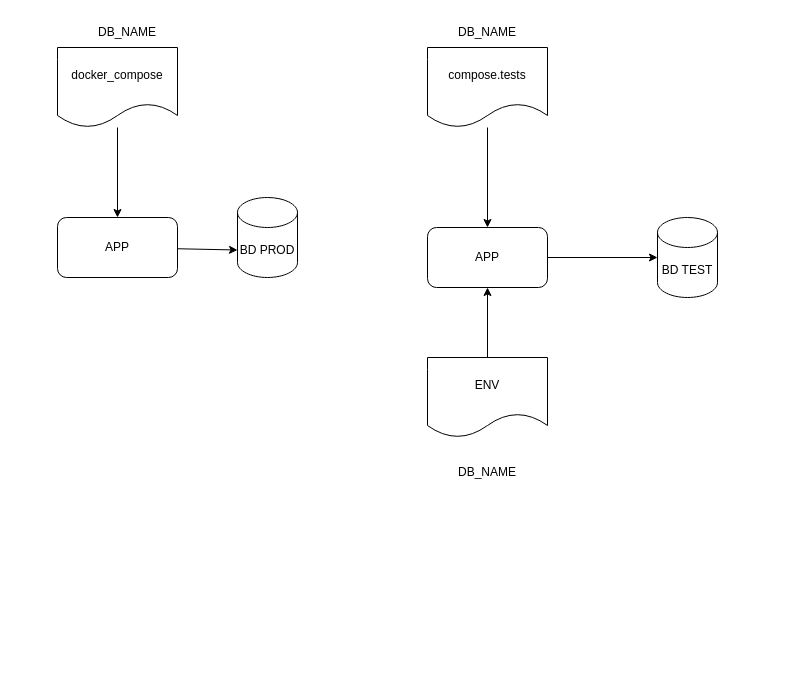
Before: page "Development strategy" (3 of 6) of diagrams.dio in cperezh/DataEng_Patterns, a draw.io diagram. Source tidied: cells renumbered, new cells numbered last; positions are measured from the earlier drawing's top-left corner, leaving out a move shared by most shapes. Both pictures are drawn from the tidied source at 100%, with x=0, y=0 at pixel (57, 17). Pictures stored in the file or linked from it are replaced by grey dashed boxes.
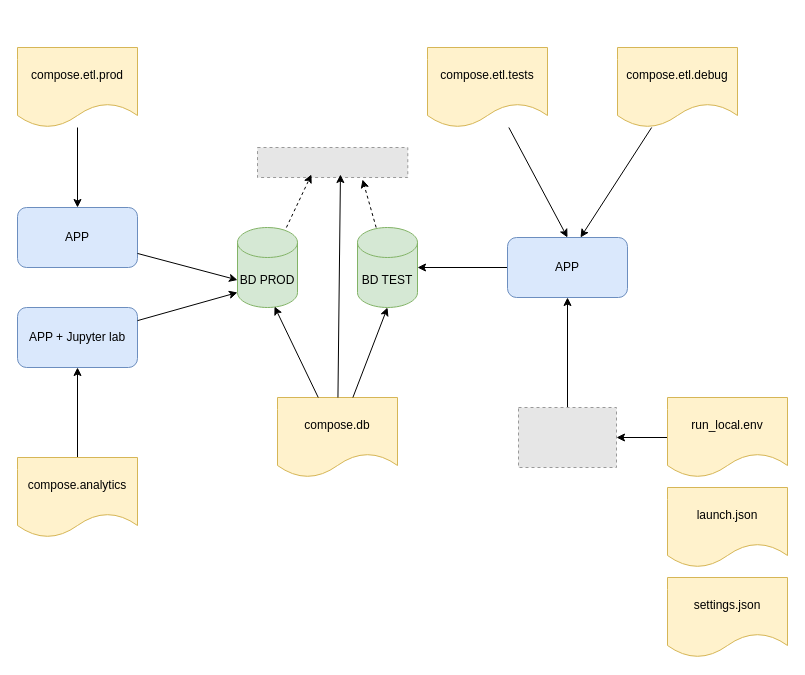
After the change.

Commit message (it also covers changes not shown here):
refactor de los docker compose

What changed in the source:
```diff
@@
-    <mxCell id="2" value="APP" style="rounded=1;whiteSpace=wrap;html=1;" parent="1" vertex="1">
-      <mxGeometry y="200" width="120" height="60" as="geometry" />
+    <mxCell id="2" value="APP" style="rounded=1;whiteSpace=wrap;html=1;fillColor=#dae8fc;strokeColor=#6c8ebf;" parent="1" vertex="1">
+      <mxGeometry x="-40" y="190" width="120" height="60" as="geometry" />
     </mxCell>
-    <mxCell id="3" value="BD PROD" style="shape=cylinder3;whiteSpace=wrap;html=1;boundedLbl=1;backgroundOutline=1;size=15;" parent="1" vertex="1">
-      <mxGeometry x="180" y="180" width="60" height="80" as="geometry" />
+    <mxCell id="3" value="BD PROD" style="shape=cylinder3;whiteSpace=wrap;html=1;boundedLbl=1;backgroundOutline=1;size=15;fillColor=#d5e8d4;strokeColor=#82b366;" parent="1" vertex="1">
+      <mxGeometry x="180" y="210" width="60" height="80" as="geometry" />
     </mxCell>
-    <mxCell id="4" style="edgeStyle=none;html=1;" parent="1" edge="1" source="5" target="12">
+    <mxCell id="4" style="edgeStyle=none;html=1;" parent="1" edge="1" source="5" target="31">
       <mxGeometry relative="1" as="geometry" />
     </mxCell>
-    <mxCell id="5" value="ENV" style="shape=document;whiteSpace=wrap;html=1;boundedLbl=1;" parent="1" vertex="1">
-      <mxGeometry x="370" y="340" width="120" height="80" as="geometry" />
+    <mxCell id="5" value="run_local.env" style="shape=document;whiteSpace=wrap;html=1;boundedLbl=1;fillColor=#fff2cc;strokeColor=#d6b656;" parent="1" vertex="1">
+      <mxGeometry x="610" y="380" width="120" height="80" as="geometry" />
     </mxCell>
-    <mxCell id="6" value="DB_NAME" style="text;html=1;align=center;verticalAlign=middle;whiteSpace=wrap;rounded=0;" parent="1" vertex="1">
-      <mxGeometry x="400" y="440" width="60" height="30" as="geometry" />
-    </mxCell>
@@
-    <mxCell id="9" value="docker_compose" style="shape=document;whiteSpace=wrap;html=1;boundedLbl=1;" parent="1" vertex="1">
-      <mxGeometry y="30" width="120" height="80" as="geometry" />
+    <mxCell id="9" value="compose.etl.prod" style="shape=document;whiteSpace=wrap;html=1;boundedLbl=1;fillColor=#fff2cc;strokeColor=#d6b656;" parent="1" vertex="1">
+      <mxGeometry x="-40" y="30" width="120" height="80" as="geometry" />
     </mxCell>
-    <mxCell id="10" value="DB_NAME" style="text;html=1;align=center;verticalAlign=middle;whiteSpace=wrap;rounded=0;" parent="1" vertex="1">
-      <mxGeometry x="400" width="60" height="30" as="geometry" />
-    </mxCell>
@@
-    <mxCell id="12" value="APP" style="rounded=1;whiteSpace=wrap;html=1;" parent="1" vertex="1">
-      <mxGeometry x="370" y="210" width="120" height="60" as="geometry" />
+    <mxCell id="12" value="APP" style="rounded=1;whiteSpace=wrap;html=1;fillColor=#dae8fc;strokeColor=#6c8ebf;" parent="1" vertex="1">
+      <mxGeometry x="450" y="220" width="120" height="60" as="geometry" />
     </mxCell>
-    <mxCell id="13" value="BD TEST" style="shape=cylinder3;whiteSpace=wrap;html=1;boundedLbl=1;backgroundOutline=1;size=15;" parent="1" vertex="1">
-      <mxGeometry x="600" y="200" width="60" height="80" as="geometry" />
+    <mxCell id="13" value="BD TEST" style="shape=cylinder3;whiteSpace=wrap;html=1;boundedLbl=1;backgroundOutline=1;size=15;fillColor=#d5e8d4;strokeColor=#82b366;" parent="1" vertex="1">
+      <mxGeometry x="300" y="210" width="60" height="80" as="geometry" />
     </mxCell>
@@
-    <mxCell id="15" value="compose.tests" style="shape=document;whiteSpace=wrap;html=1;boundedLbl=1;" parent="1" vertex="1">
+    <mxCell id="15" value="compose.etl.tests" style="shape=document;whiteSpace=wrap;html=1;boundedLbl=1;fillColor=#fff2cc;strokeColor=#d6b656;" parent="1" vertex="1">
       <mxGeometry x="370" y="30" width="120" height="80" as="geometry" />
     </mxCell>
-    <mxCell id="16" value="DB_NAME" style="text;html=1;align=center;verticalAlign=middle;whiteSpace=wrap;rounded=0;" parent="1" vertex="1">
-      <mxGeometry x="40" width="60" height="30" as="geometry" />
-    </mxCell>
+    <mxCell id="17" value="compose.etl.debug" style="shape=document;whiteSpace=wrap;html=1;boundedLbl=1;fillColor=#fff2cc;strokeColor=#d6b656;" parent="1" vertex="1">
+      <mxGeometry x="560" y="30" width="120" height="80" as="geometry" />
+    </mxCell>
+    <mxCell id="18" style="edgeStyle=none;html=1;" parent="1" edge="1" source="17">
+      <mxGeometry relative="1" as="geometry">
+        <mxPoint x="523" y="220" as="targetPoint" />
+      </mxGeometry>
+    </mxCell>
+    <mxCell id="19" style="edgeStyle=none;html=1;" parent="1" edge="1" source="20" target="21">
+      <mxGeometry relative="1" as="geometry" />
+    </mxCell>
+    <mxCell id="20" value="&lt;span style=&quot;color: rgb(0, 0, 0); text-align: left;&quot;&gt;compose.analytics&lt;/span&gt;" style="shape=document;whiteSpace=wrap;html=1;boundedLbl=1;fillColor=#fff2cc;strokeColor=#d6b656;" parent="1" vertex="1">
+      <mxGeometry x="-40" y="440" width="120" height="80" as="geometry" />
+    </mxCell>
+    <mxCell id="21" value="APP + Jupyter lab" style="rounded=1;whiteSpace=wrap;html=1;fillColor=#dae8fc;strokeColor=#6c8ebf;" parent="1" vertex="1">
+      <mxGeometry x="-40" y="290" width="120" height="60" as="geometry" />
+    </mxCell>
+    <mxCell id="22" style="edgeStyle=none;html=1;entryX=0;entryY=1;entryDx=0;entryDy=-15;entryPerimeter=0;" parent="1" edge="1" source="21" target="3">
+      <mxGeometry relative="1" as="geometry" />
+    </mxCell>
+    <mxCell id="23" value="&lt;span style=&quot;color: rgb(0, 0, 0);&quot;&gt;compose.db&lt;/span&gt;" style="shape=document;whiteSpace=wrap;html=1;boundedLbl=1;fillColor=#fff2cc;strokeColor=#d6b656;" parent="1" vertex="1">
+      <mxGeometry x="220" y="380" width="120" height="80" as="geometry" />
+    </mxCell>
+    <mxCell id="24" style="edgeStyle=none;html=1;entryX=0.617;entryY=0.988;entryDx=0;entryDy=0;entryPerimeter=0;" parent="1" edge="1" source="23" target="3">
+      <mxGeometry relative="1" as="geometry" />
+    </mxCell>
+    <mxCell id="25" style="edgeStyle=none;html=1;entryX=0.5;entryY=1;entryDx=0;entryDy=0;entryPerimeter=0;" parent="1" edge="1" source="23" target="13">
+      <mxGeometry relative="1" as="geometry" />
+    </mxCell>
+    <mxCell id="26" style="fillColor=#E6E6E6;strokeColor=#999999;dashed=1;verticalLabelPosition=bottom;labelBackgroundColor=default;verticalAlign=top;" parent="1" vertex="1">
+      <mxGeometry x="200" y="130" width="150.3" height="30" as="geometry" />
+    </mxCell>
+    <mxCell id="27" style="edgeStyle=none;html=1;entryX=0.552;entryY=0.9;entryDx=0;entryDy=0;entryPerimeter=0;" parent="1" edge="1" source="23" target="26">
+      <mxGeometry relative="1" as="geometry" />
+    </mxCell>
+    <mxCell id="28" style="edgeStyle=none;html=1;entryX=0.359;entryY=0.9;entryDx=0;entryDy=0;entryPerimeter=0;dashed=1;" parent="1" edge="1" source="3" target="26">
+      <mxGeometry relative="1" as="geometry" />
+    </mxCell>
+    <mxCell id="29" style="edgeStyle=none;html=1;entryX=0.699;entryY=1.067;entryDx=0;entryDy=0;entryPerimeter=0;dashed=1;" parent="1" edge="1" source="13" target="26">
+      <mxGeometry relative="1" as="geometry" />
+    </mxCell>
+    <mxCell id="30" style="edgeStyle=none;html=1;entryX=0.5;entryY=1;entryDx=0;entryDy=0;" parent="1" edge="1" source="31" target="12">
+      <mxGeometry relative="1" as="geometry" />
+    </mxCell>
+    <mxCell id="31" style="fillColor=#E6E6E6;strokeColor=#999999;dashed=1;verticalLabelPosition=bottom;labelBackgroundColor=default;verticalAlign=top;" parent="1" vertex="1">
+      <mxGeometry x="461" y="390" width="98" height="60" as="geometry" />
+    </mxCell>
+    <mxCell id="32" value="launch.json" style="shape=document;whiteSpace=wrap;html=1;boundedLbl=1;fillColor=#fff2cc;strokeColor=#d6b656;" parent="1" vertex="1">
+      <mxGeometry x="610" y="470" width="120" height="80" as="geometry" />
+    </mxCell>
+    <mxCell id="33" value="settings.json" style="shape=document;whiteSpace=wrap;html=1;boundedLbl=1;fillColor=#fff2cc;strokeColor=#d6b656;" parent="1" vertex="1">
+      <mxGeometry x="610" y="560" width="120" height="80" as="geometry" />
+    </mxCell>
```
